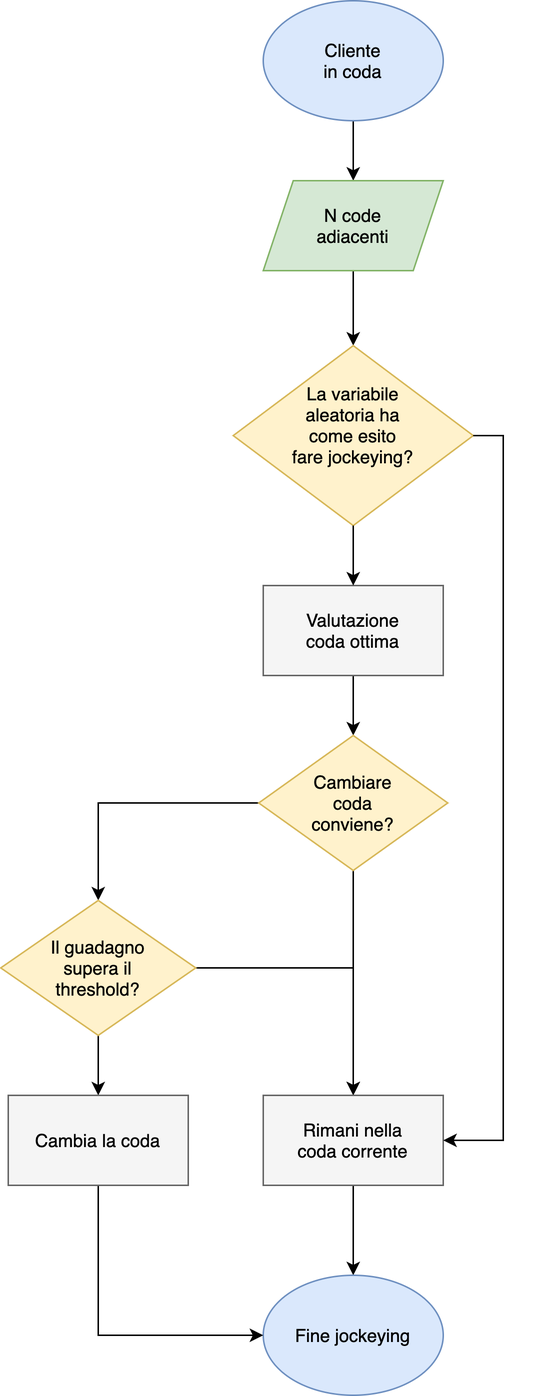
AuPath/Supermarket-Checkout-Simulation keeps this draw.io diagram as doc/report/images/jockeying-flowchart.png. Above is the earlier version. Source tidied: cells renumbered, new cells last; positions are measured from the earlier drawing's top-left corner, leaving out a move shared by most shapes.
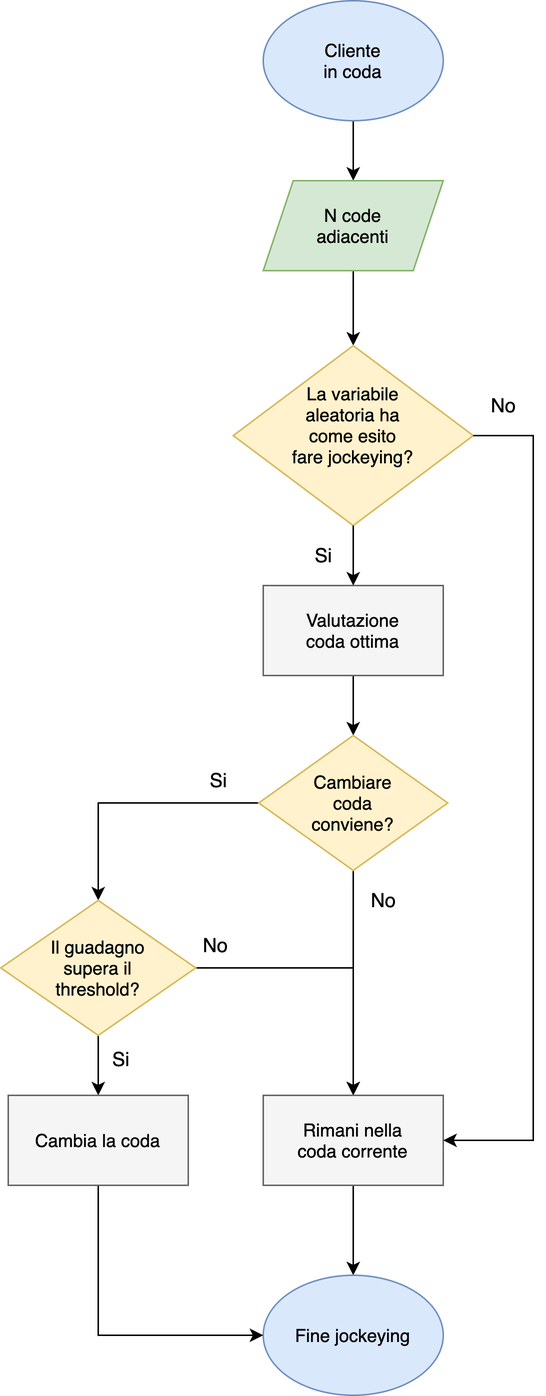
Above is the later version.

Commit message:
Aggiunti nomi archi

What changed in the source:
```diff
@@ -20,19 +20,19 @@
     <mxCell id="7" value="Valutazione&lt;br&gt;coda ottima" style="rounded=0;whiteSpace=wrap;html=1;fillColor=#f5f5f5;strokeColor=#666666;fontColor=#000000;" parent="1" vertex="1">
       <mxGeometry x="175" y="390" width="120" height="60" as="geometry" />
     </mxCell>
-    <mxCell id="8" value="Si" style="edgeStyle=orthogonalEdgeStyle;rounded=0;jettySize=auto;html=1;exitX=0;exitY=0.5;exitDx=0;exitDy=0;entryX=0.5;entryY=0;entryDx=0;entryDy=0;fontColor=#FFFFFF;" parent="1" edge="1" source="10" target="13">
-      <mxGeometry x="-0.77" y="-15" relative="1" as="geometry" />
+    <mxCell id="8" value="&lt;font color=&quot;#000000&quot; style=&quot;font-size: 13px&quot;&gt;Si&lt;/font&gt;" style="edgeStyle=orthogonalEdgeStyle;rounded=0;jettySize=auto;html=1;exitX=0;exitY=0.5;exitDx=0;exitDy=0;entryX=0.5;entryY=0;entryDx=0;entryDy=0;fontColor=#FFFFFF;" parent="1" edge="1" source="10" target="13">
+      <mxGeometry x="-0.69" y="-15" relative="1" as="geometry" />
     </mxCell>
-    <mxCell id="9" value="No" style="edgeStyle=orthogonalEdgeStyle;rounded=0;jettySize=auto;html=1;exitX=0.5;exitY=1;exitDx=0;exitDy=0;entryX=0.5;entryY=0;entryDx=0;entryDy=0;fontColor=#FFFFFF;" parent="1" edge="1" source="10" target="15">
-      <mxGeometry x="-0.06" y="20" relative="1" as="geometry" />
+    <mxCell id="9" value="&lt;font color=&quot;#000000&quot; style=&quot;font-size: 13px&quot;&gt;No&lt;/font&gt;" style="edgeStyle=orthogonalEdgeStyle;rounded=0;jettySize=auto;html=1;exitX=0.5;exitY=1;exitDx=0;exitDy=0;entryX=0.5;entryY=0;entryDx=0;entryDy=0;fontColor=#FFFFFF;" parent="1" edge="1" source="10" target="15">
+      <mxGeometry x="-0.73" y="20" relative="1" as="geometry" />
     </mxCell>
     <mxCell id="10" value="Cambiare&lt;br&gt;coda&lt;br&gt;conviene?" style="rhombus;whiteSpace=wrap;html=1;fillColor=#fff2cc;strokeColor=#d6b656;fontColor=#000000;" parent="1" vertex="1">
       <mxGeometry x="172" y="490" width="126" height="90" as="geometry" />
     </mxCell>
-    <mxCell id="11" value="No" style="edgeStyle=orthogonalEdgeStyle;rounded=0;jettySize=auto;html=1;exitX=1;exitY=0.5;exitDx=0;exitDy=0;entryX=0.5;entryY=0;entryDx=0;entryDy=0;fontColor=#FFFFFF;" parent="1" edge="1" source="13" target="15">
+    <mxCell id="11" value="&lt;font color=&quot;#000000&quot; style=&quot;font-size: 13px&quot;&gt;No&lt;/font&gt;" style="edgeStyle=orthogonalEdgeStyle;rounded=0;jettySize=auto;html=1;exitX=1;exitY=0.5;exitDx=0;exitDy=0;entryX=0.5;entryY=0;entryDx=0;entryDy=0;fontColor=#FFFFFF;" parent="1" edge="1" source="13" target="15">
       <mxGeometry x="-0.86" y="15" relative="1" as="geometry" />
     </mxCell>
-    <mxCell id="12" value="Si&lt;br&gt;" style="edgeStyle=orthogonalEdgeStyle;rounded=0;jettySize=auto;html=1;exitX=0.5;exitY=1;exitDx=0;exitDy=0;entryX=0.5;entryY=0;entryDx=0;entryDy=0;fontColor=#FFFFFF;" parent="1" edge="1" source="13" target="18">
+    <mxCell id="12" value="&lt;font color=&quot;#000000&quot; style=&quot;font-size: 13px&quot;&gt;Si&lt;/font&gt;" style="edgeStyle=orthogonalEdgeStyle;rounded=0;jettySize=auto;html=1;exitX=0.5;exitY=1;exitDx=0;exitDy=0;entryX=0.5;entryY=0;entryDx=0;entryDy=0;fontColor=#FFFFFF;" parent="1" edge="1" source="13" target="18">
       <mxGeometry x="-0.2" y="15" relative="1" as="geometry" />
     </mxCell>
     <mxCell id="13" value="Il guadagno&lt;br&gt;supera il&lt;br&gt;threshold?" style="rhombus;whiteSpace=wrap;html=1;fillColor=#fff2cc;strokeColor=#d6b656;fontColor=#000000;" parent="1" vertex="1">
@@ -56,11 +56,16 @@
     <mxCell id="19" value="La variabile&lt;br&gt;aleatoria ha&lt;br&gt;come esito&lt;br&gt;fare jockeying?&lt;br&gt;&lt;span style=&quot;font-family: monospace; font-size: 0px;&quot;&gt;%3CmxGraphModel%3E%3Croot%3E%3CmxCell%20id%3D%220%22%2F%3E%3CmxCell%20id%3D%221%22%20parent%3D%220%22%2F%3E%3CmxCell%20id%3D%222%22%20value%3D%22Il%20guadagno%26lt%3Bbr%26gt%3Bsupera%20il%26lt%3Bbr%26gt%3Bthreshold%22%20style%3D%22rhombus%3BwhiteSpace%3Dwrap%3Bhtml%3D1%3BfillColor%3D%23fff2cc%3BstrokeColor%3D%23d6b656%3B%22%20vertex%3D%221%22%20parent%3D%221%22%3E%3CmxGeometry%20x%3D%22190%22%20y%3D%22420%22%20width%3D%22130%22%20height%3D%2290%22%20as%3D%22geometry%22%2F%3E%3C%2FmxCell%3E%3C%2Froot%3E%3C%2FmxGraphModel%3E&lt;/span&gt;" style="rhombus;whiteSpace=wrap;html=1;fillColor=#fff2cc;strokeColor=#d6b656;fontColor=#000000;" parent="1" vertex="1">
       <mxGeometry x="155" y="230" width="160" height="120" as="geometry" />
     </mxCell>
-    <mxCell id="20" value="Si" style="edgeStyle=orthogonalEdgeStyle;rounded=0;jettySize=auto;html=1;exitX=0.5;exitY=1;exitDx=0;exitDy=0;fontColor=#FFFFFF;entryX=0.5;entryY=0;entryDx=0;entryDy=0;" parent="1" edge="1" source="19" target="7">
-      <mxGeometry x="-0.77" y="-15" relative="1" as="geometry" />
+    <mxCell id="20" value="&lt;font color=&quot;#000000&quot; style=&quot;font-size: 13px;&quot;&gt;Si&lt;br style=&quot;font-size: 13px;&quot;&gt;&lt;/font&gt;" style="edgeStyle=orthogonalEdgeStyle;rounded=0;jettySize=auto;html=1;exitX=0.5;exitY=1;exitDx=0;exitDy=0;fontColor=#FFFFFF;entryX=0.5;entryY=0;entryDx=0;entryDy=0;fontSize=13;" parent="1" edge="1" source="19" target="7">
+      <mxGeometry y="-20" relative="1" as="geometry" />
     </mxCell>
-    <mxCell id="21" value="No" style="edgeStyle=orthogonalEdgeStyle;rounded=0;jettySize=auto;html=1;fontColor=#FFFFFF;exitX=1;exitY=0.5;exitDx=0;exitDy=0;entryX=1;entryY=0.5;entryDx=0;entryDy=0;" parent="1" edge="1" source="19" target="15">
-      <mxGeometry x="-0.86" y="15" relative="1" as="geometry" />
+    <mxCell id="21" value="&lt;font color=&quot;#000000&quot; style=&quot;font-size: 13px&quot;&gt;No&lt;br&gt;&lt;/font&gt;" style="edgeStyle=orthogonalEdgeStyle;rounded=0;jettySize=auto;html=1;fontColor=#FFFFFF;exitX=1;exitY=0.5;exitDx=0;exitDy=0;entryX=1;entryY=0.5;entryDx=0;entryDy=0;" parent="1" edge="1" source="19" target="15">
+      <mxGeometry x="-0.93" y="20" relative="1" as="geometry">
+        <Array as="points">
+          <mxPoint x="355" y="290" />
+          <mxPoint x="355" y="760" />
+        </Array>
+      </mxGeometry>
     </mxCell>
   </root>
 </mxGraphModel>
```
